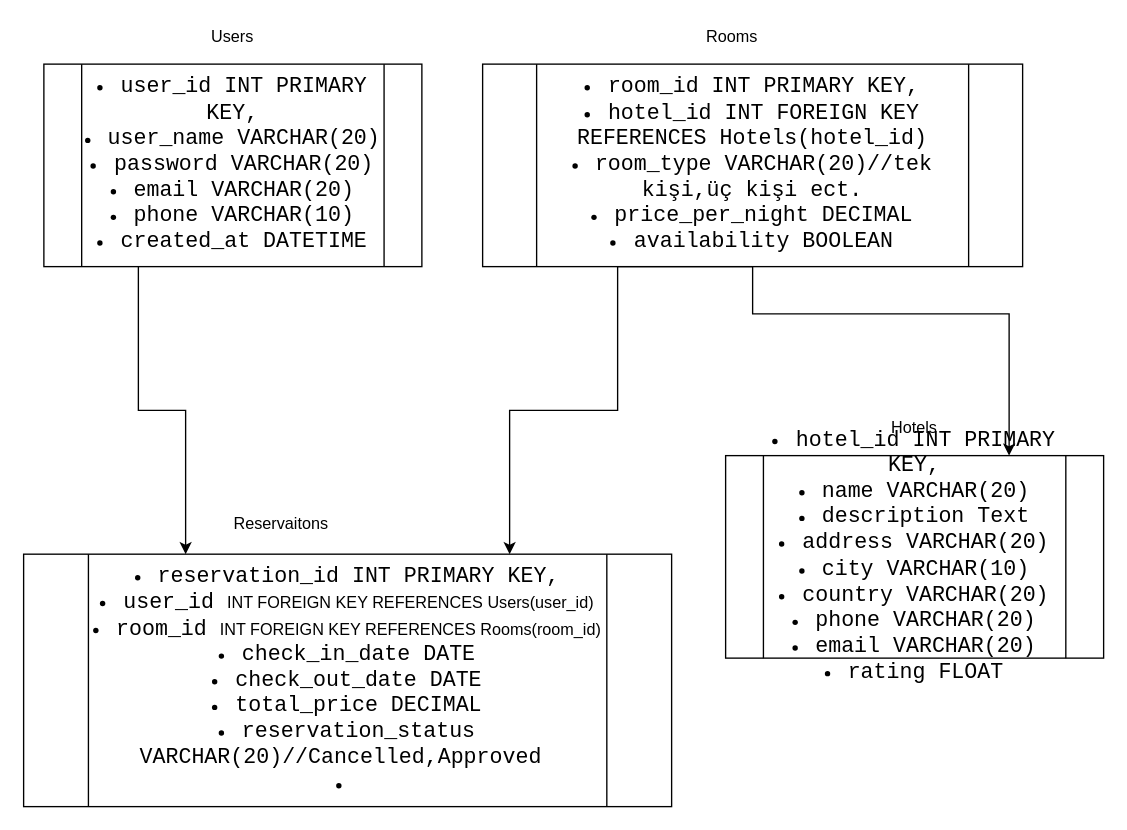
Earlier version of the draw.io diagram page "Tables of DB" (2 of 5) of Başlıksız Diyagram.drawio (nubaronat/HotelReservation). Source tidied: cells renumbered, new cells numbered last; positions are measured from the earlier drawing's top-left corner, leaving out a move shared by most shapes. Both pictures are drawn from the tidied source at 135%, with x=0, y=0 at pixel (23, 23).
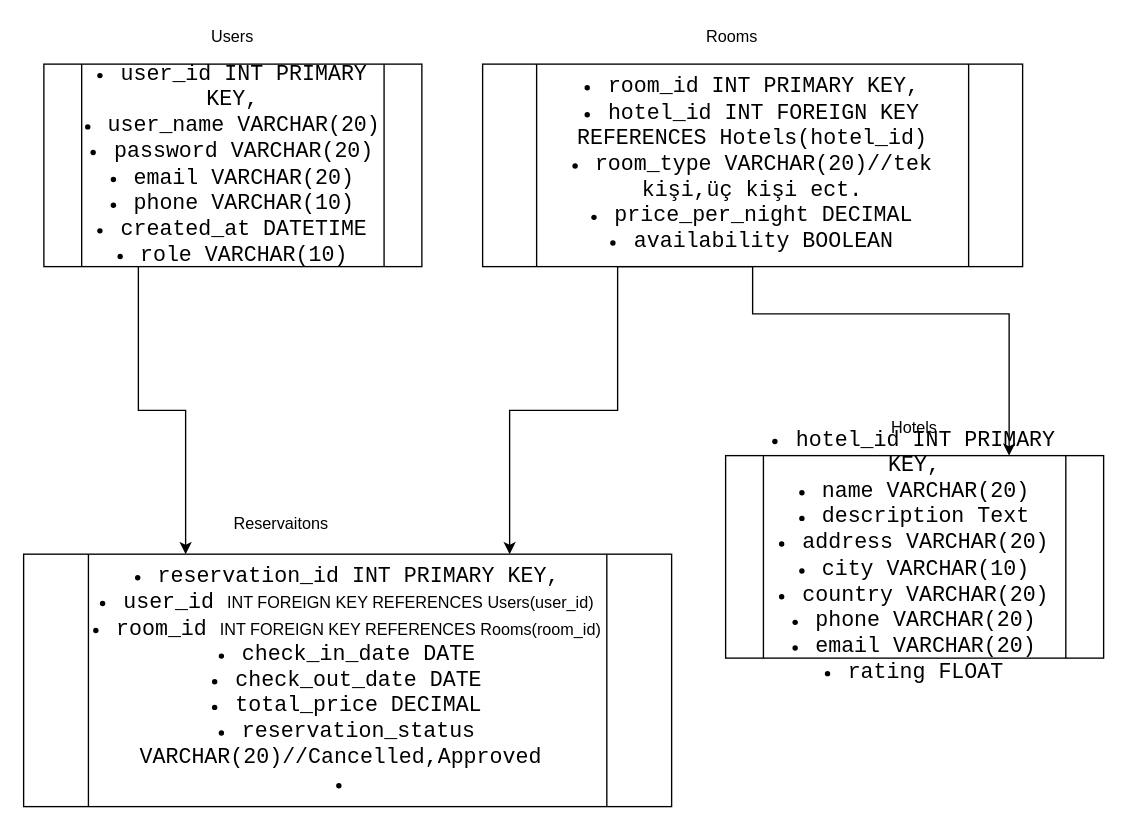
Above is the later version.

The edit, as a diff of the source:
```diff
@@
 <mxGraphModel>
   <root>
     <mxCell id="0" />
     <mxCell id="1" parent="0" />
     <mxCell id="2" style="group;" parent="1" vertex="1">
       <mxGeometry x="520" y="290" width="280" height="180" as="geometry" />
     </mxCell>
     <mxCell id="3" value="&lt;li&gt;&lt;font size=&quot;3&quot; face=&quot;monospace&quot;&gt;hotel_id INT PRIMARY KEY,&lt;/font&gt;&lt;/li&gt;&lt;li&gt;&lt;font size=&quot;3&quot; face=&quot;monospace&quot;&gt;name VARCHAR(20)&lt;/font&gt;&lt;/li&gt;&lt;li&gt;&lt;font size=&quot;3&quot; face=&quot;monospace&quot;&gt;description Text&lt;/font&gt;&lt;/li&gt;&lt;li&gt;&lt;font size=&quot;3&quot; face=&quot;monospace&quot;&gt;address VARCHAR(20)&lt;/font&gt;&lt;/li&gt;&lt;li&gt;&lt;font size=&quot;3&quot; face=&quot;monospace&quot;&gt;city VARCHAR(10)&lt;/font&gt;&lt;/li&gt;&lt;li&gt;&lt;font size=&quot;3&quot; face=&quot;monospace&quot;&gt;country VARCHAR(20)&lt;/font&gt;&lt;/li&gt;&lt;li&gt;&lt;font size=&quot;3&quot; face=&quot;monospace&quot;&gt;phone VARCHAR(20)&lt;/font&gt;&lt;/li&gt;&lt;li&gt;&lt;font size=&quot;3&quot; face=&quot;monospace&quot;&gt;email VARCHAR(20)&lt;/font&gt;&lt;/li&gt;&lt;li&gt;&lt;font size=&quot;3&quot; face=&quot;monospace&quot;&gt;rating FLOAT&lt;/font&gt;&lt;/li&gt;" style="shape=process;whiteSpace=wrap;html=1;backgroundOutline=1;" parent="2" vertex="1">
       <mxGeometry y="30" width="280" height="150" as="geometry" />
     </mxCell>
     <mxCell id="4" value="Hotels" style="text;html=1;align=center;verticalAlign=middle;whiteSpace=wrap;rounded=0;" parent="2" vertex="1">
       <mxGeometry x="85" width="110" height="20" as="geometry" />
     </mxCell>
     <mxCell id="5" style="group;" parent="1" vertex="1">
       <mxGeometry x="15" width="280" height="180" as="geometry" />
     </mxCell>
-    <mxCell id="6" value="&lt;li&gt;&lt;font size=&quot;3&quot; face=&quot;monospace&quot;&gt;user_id INT PRIMARY KEY,&lt;/font&gt;&lt;/li&gt;&lt;li&gt;&lt;font size=&quot;3&quot; face=&quot;monospace&quot;&gt;user_name VARCHAR(20)&lt;/font&gt;&lt;/li&gt;&lt;li&gt;&lt;font size=&quot;3&quot; face=&quot;monospace&quot;&gt;password VARCHAR(20)&lt;/font&gt;&lt;/li&gt;&lt;li&gt;&lt;font size=&quot;3&quot; face=&quot;monospace&quot;&gt;email VARCHAR(20)&lt;/font&gt;&lt;/li&gt;&lt;li&gt;&lt;font size=&quot;3&quot; face=&quot;monospace&quot;&gt;phone VARCHAR(10)&lt;/font&gt;&lt;/li&gt;&lt;li&gt;&lt;font size=&quot;3&quot; face=&quot;monospace&quot;&gt;created_at DATETIME&lt;/font&gt;&lt;/li&gt;" style="shape=process;whiteSpace=wrap;html=1;backgroundOutline=1;" parent="5" vertex="1">
+    <mxCell id="6" value="&lt;li&gt;&lt;font size=&quot;3&quot; face=&quot;monospace&quot;&gt;user_id INT PRIMARY KEY,&lt;/font&gt;&lt;/li&gt;&lt;li&gt;&lt;font size=&quot;3&quot; face=&quot;monospace&quot;&gt;user_name VARCHAR(20)&lt;/font&gt;&lt;/li&gt;&lt;li&gt;&lt;font size=&quot;3&quot; face=&quot;monospace&quot;&gt;password VARCHAR(20)&lt;/font&gt;&lt;/li&gt;&lt;li&gt;&lt;font size=&quot;3&quot; face=&quot;monospace&quot;&gt;email VARCHAR(20)&lt;/font&gt;&lt;/li&gt;&lt;li&gt;&lt;font size=&quot;3&quot; face=&quot;monospace&quot;&gt;phone VARCHAR(10)&lt;/font&gt;&lt;/li&gt;&lt;li&gt;&lt;font size=&quot;3&quot; face=&quot;monospace&quot;&gt;created_at DATETIME&lt;/font&gt;&lt;/li&gt;&lt;li&gt;&lt;font size=&quot;3&quot; face=&quot;monospace&quot;&gt;role VARCHAR(10)&lt;/font&gt;&lt;/li&gt;" style="shape=process;whiteSpace=wrap;html=1;backgroundOutline=1;" parent="5" vertex="1">
       <mxGeometry y="30" width="280" height="150" as="geometry" />
     </mxCell>
     <mxCell id="7" value="Users" style="text;html=1;align=center;verticalAlign=middle;whiteSpace=wrap;rounded=0;" parent="5" vertex="1">
       <mxGeometry x="85" width="110" height="20" as="geometry" />
     </mxCell>
     <mxCell id="8" style="group;" parent="1" vertex="1">
       <mxGeometry x="340" width="400" height="180" as="geometry" />
     </mxCell>
     <mxCell id="9" value="&lt;li&gt;&lt;font size=&quot;3&quot; face=&quot;monospace&quot;&gt;room_id INT PRIMARY KEY,&lt;/font&gt;&lt;/li&gt;&lt;li&gt;&lt;font size=&quot;3&quot; face=&quot;monospace&quot;&gt;hotel_id INT FOREIGN KEY REFERENCES Hotels(hotel_id)&lt;/font&gt;&lt;/li&gt;&lt;li&gt;&lt;font size=&quot;3&quot; face=&quot;monospace&quot;&gt;room_type VARCHAR(20)//tek kişi,üç kişi ect.&lt;/font&gt;&lt;/li&gt;&lt;li&gt;&lt;font size=&quot;3&quot; face=&quot;monospace&quot;&gt;price_per_night DECIMAL&lt;/font&gt;&lt;/li&gt;&lt;li&gt;&lt;font size=&quot;3&quot; face=&quot;monospace&quot;&gt;availability BOOLEAN&lt;/font&gt;&lt;/li&gt;" style="shape=process;whiteSpace=wrap;html=1;backgroundOutline=1;" parent="8" vertex="1">
       <mxGeometry y="30" width="400" height="150" as="geometry" />
     </mxCell>
     <mxCell id="10" value="Rooms" style="text;html=1;align=center;verticalAlign=middle;whiteSpace=wrap;rounded=0;" parent="8" vertex="1">
       <mxGeometry x="130" width="110" height="20" as="geometry" />
     </mxCell>
     <mxCell id="11" style="group;" parent="1" vertex="1">
       <mxGeometry y="360" width="480" height="220" as="geometry" />
     </mxCell>
     <mxCell id="12" value="&lt;li&gt;&lt;font size=&quot;3&quot; face=&quot;monospace&quot;&gt;reservation_id INT PRIMARY KEY,&lt;/font&gt;&lt;/li&gt;&lt;li&gt;&lt;font size=&quot;3&quot; face=&quot;monospace&quot;&gt;user_id&amp;nbsp;&lt;/font&gt;INT FOREIGN KEY REFERENCES Users(user_id)&lt;/li&gt;&lt;li&gt;&lt;font size=&quot;3&quot; face=&quot;monospace&quot;&gt;room_id&amp;nbsp;&lt;/font&gt;INT FOREIGN KEY REFERENCES Rooms(room_id)&lt;/li&gt;&lt;li&gt;&lt;font size=&quot;3&quot; face=&quot;monospace&quot;&gt;check_in_date DATE&lt;/font&gt;&lt;/li&gt;&lt;li&gt;&lt;font size=&quot;3&quot; face=&quot;monospace&quot;&gt;check_out_date DATE&lt;/font&gt;&lt;/li&gt;&lt;li&gt;&lt;font size=&quot;3&quot; face=&quot;monospace&quot;&gt;total_price DECIMAL&lt;/font&gt;&lt;/li&gt;&lt;li&gt;&lt;font size=&quot;3&quot; face=&quot;monospace&quot;&gt;reservation_status VARCHAR(20)//Cancelled,Approved&amp;nbsp;&lt;/font&gt;&lt;/li&gt;&lt;li&gt;&lt;font size=&quot;3&quot; face=&quot;monospace&quot;&gt;&lt;br&gt;&lt;/font&gt;&lt;/li&gt;" style="shape=process;whiteSpace=wrap;html=1;backgroundOutline=1;" parent="11" vertex="1">
       <mxGeometry y="33" width="480" height="187" as="geometry" />
     </mxCell>
     <mxCell id="13" value="Reservaitons" style="text;html=1;align=center;verticalAlign=middle;whiteSpace=wrap;rounded=0;" parent="11" vertex="1">
       <mxGeometry x="137.1" width="107.8" height="22" as="geometry" />
     </mxCell>
     <mxCell id="14" style="edgeStyle=orthogonalEdgeStyle;rounded=0;jettySize=auto;html=1;exitX=0.25;exitY=1;exitDx=0;exitDy=0;entryX=0.75;entryY=0;entryDx=0;entryDy=0;" parent="1" edge="1" source="9" target="3">
       <mxGeometry relative="1" as="geometry">
         <Array as="points">
           <mxPoint x="540" y="180" />
           <mxPoint x="540" y="215" />
           <mxPoint x="730" y="215" />
         </Array>
       </mxGeometry>
     </mxCell>
     <mxCell id="15" style="edgeStyle=orthogonalEdgeStyle;rounded=0;jettySize=auto;html=1;exitX=0.25;exitY=1;exitDx=0;exitDy=0;entryX=0.75;entryY=0;entryDx=0;entryDy=0;" parent="1" edge="1" source="9" target="12">
       <mxGeometry relative="1" as="geometry" />
     </mxCell>
     <mxCell id="16" style="edgeStyle=orthogonalEdgeStyle;rounded=0;jettySize=auto;html=1;exitX=0.25;exitY=1;exitDx=0;exitDy=0;entryX=0.25;entryY=0;entryDx=0;entryDy=0;" parent="1" edge="1" source="6" target="12">
       <mxGeometry relative="1" as="geometry" />
     </mxCell>
   </root>
 </mxGraphModel>
```
